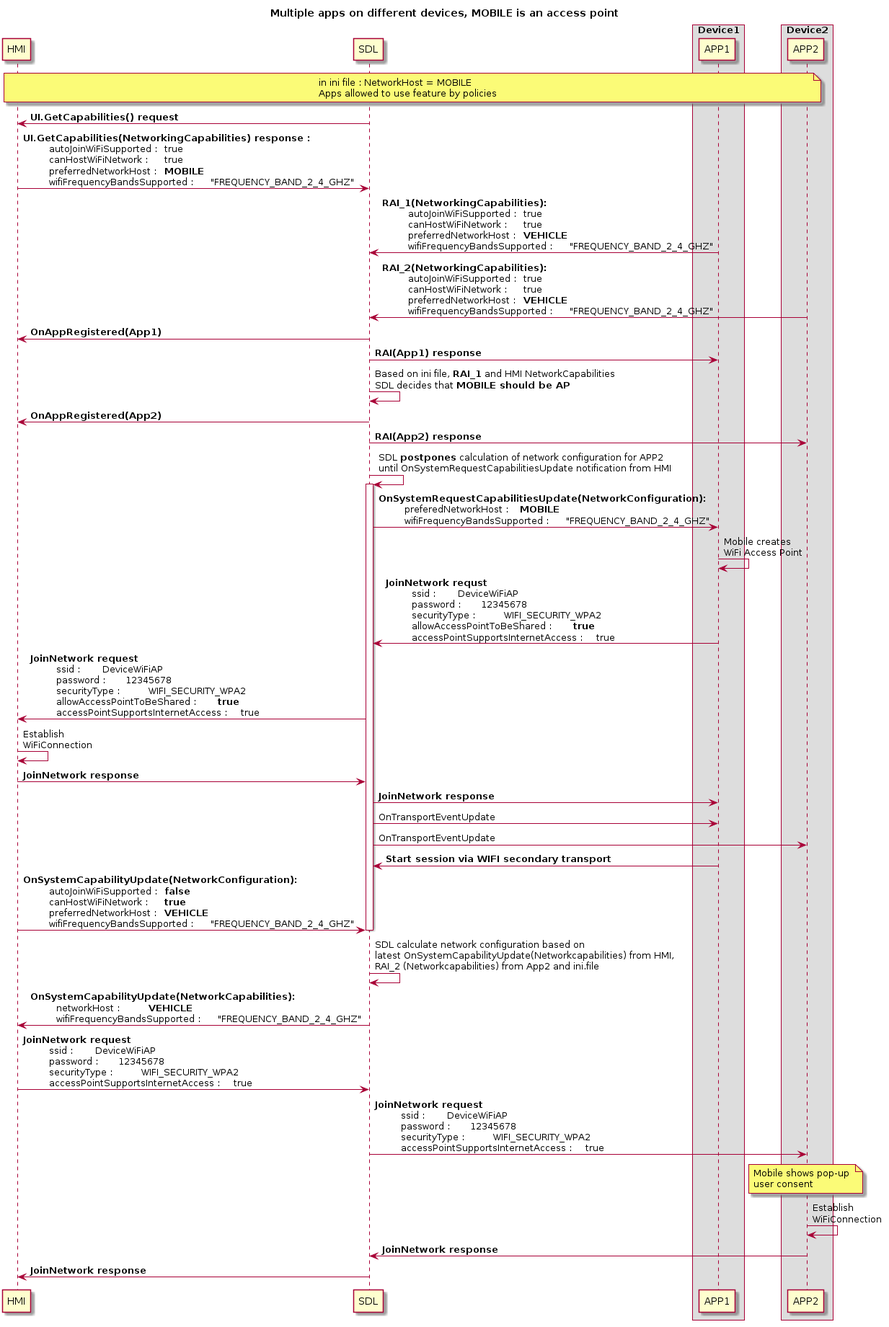
The PlantUML diagram assets/proposals/0245-sharing-wifi-ssid-and-password/mobile_access_point_multidev_externalhost.png in smartdevicelink/sdl_evolution, before a commit.
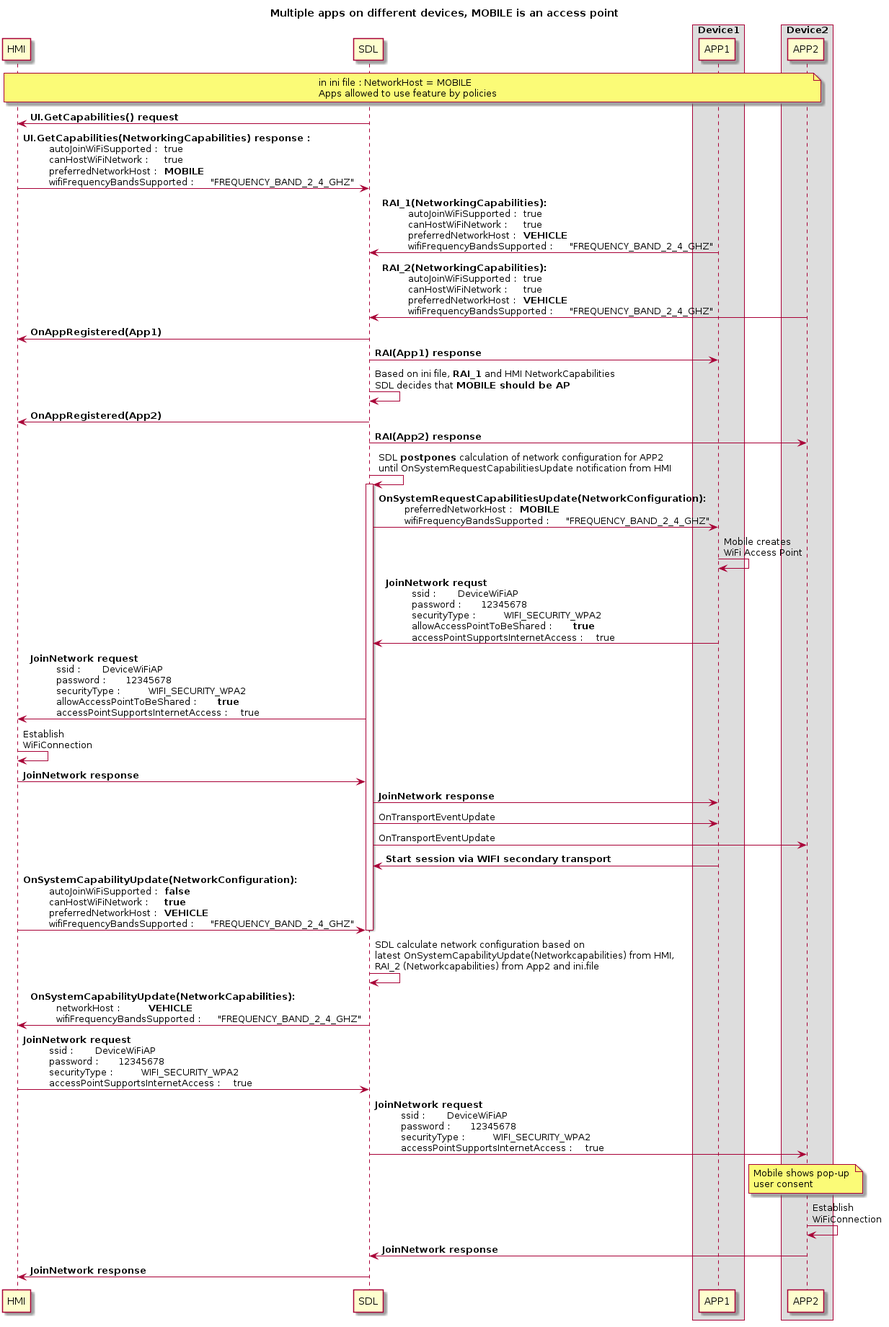
After the change.

What changed in the source:
```diff
@@ -32,7 +32,7 @@
 SDL -> SDL : SDL **postpones** calculation of network configuration for APP2\nuntil OnSystemRequestCapabilitiesUpdate notification from HMI
 activate SDL
 
-SDL -> APP1:  <b>OnSystemRequestCapabilitiesUpdate(NetworkConfiguration): \n\t preferedNetworkHost : \t **MOBILE**\n\t wifiFrequencyBandsSupported : \t "FREQUENCY_BAND_2_4_GHZ"
+SDL -> APP1:  <b>OnSystemRequestCapabilitiesUpdate(NetworkConfiguration): \n\t preferredNetworkHost : \t **MOBILE**\n\t wifiFrequencyBandsSupported : \t "FREQUENCY_BAND_2_4_GHZ"
 
 APP1 -> APP1 : Mobile creates \nWiFi Access Point
 
```
